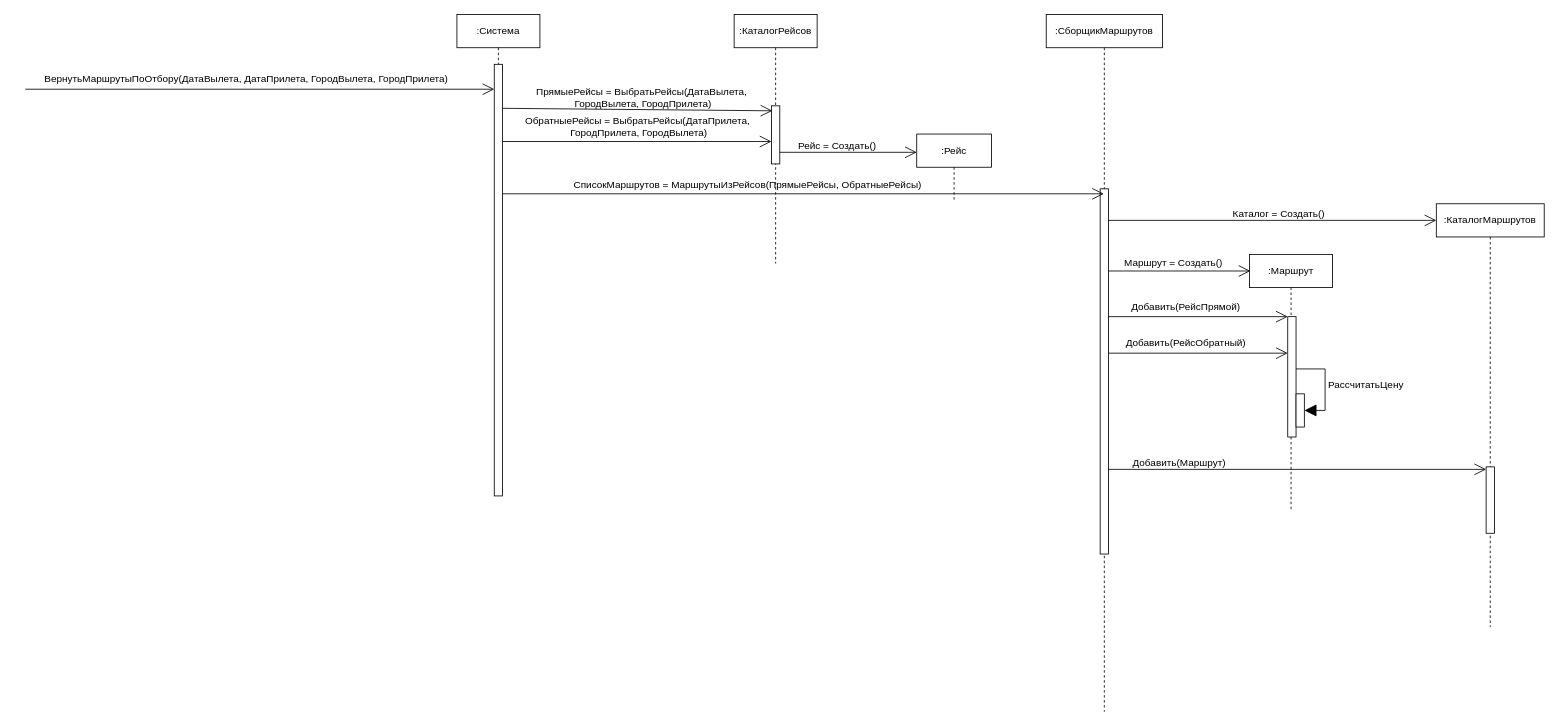
This is Диаграмма без названия.drawio from kapa16/ClearCode, a draw.io file, before an edit. Source tidied: cells renumbered, new cells numbered last; positions are measured from the earlier drawing's top-left corner, leaving out a move shared by most shapes. Both pictures are drawn from the tidied source at 83%, with x=0, y=0 at pixel (25, 14).
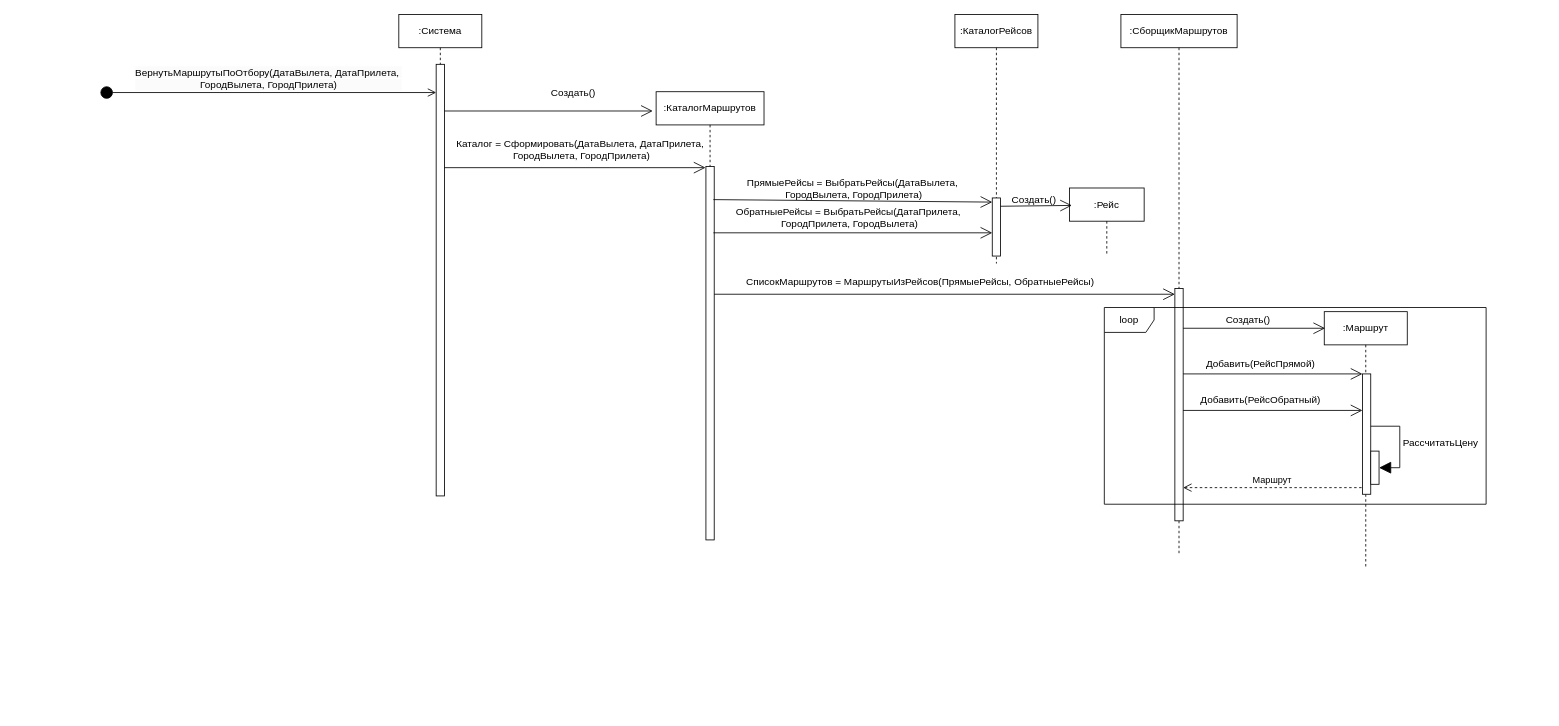
The same diagram, later.

Unchanged cells that the change refers to:
```xml
<mxCell id="3" style="html=1;points=[[0,0,0,0,5],[0,1,0,0,-5],[1,0,0,0,5],[1,1,0,0,-5]];perimeter=orthogonalPerimeter;outlineConnect=0;targetShapes=umlLifeline;portConstraint=eastwest;newEdgeStyle={&quot;curved&quot;:0,&quot;rounded&quot;:0};" parent="2" vertex="1">
  <mxGeometry x="45" y="60" width="10" height="520" as="geometry" />
</mxCell>
<mxCell id="10" style="html=1;points=[[0,0,0,0,5],[0,1,0,0,-5],[1,0,0,0,5],[1,1,0,0,-5]];perimeter=orthogonalPerimeter;outlineConnect=0;targetShapes=umlLifeline;portConstraint=eastwest;newEdgeStyle={&quot;curved&quot;:0,&quot;rounded&quot;:0};" parent="9" vertex="1">
  <mxGeometry x="46" y="75" width="10" height="145" as="geometry" />
</mxCell>
```

Diff of the diagram source:
```diff
@@
+    <mxCell id="35" value="Каталог = Сформировать(ДатаВылета, ДатаПрилета,&amp;nbsp;&lt;div&gt;&lt;span style=&quot;background-color: initial;&quot;&gt;ГородВылета, ГородПрилета&lt;/span&gt;)&lt;/div&gt;" style="text;html=1;align=center;verticalAlign=middle;strokeColor=none;fillColor=none;" parent="1" vertex="1">
+      <mxGeometry x="505" y="143" width="330" height="40" as="geometry" />
+    </mxCell>
     <mxCell id="2" value=":Система" style="shape=umlLifeline;perimeter=lifelinePerimeter;whiteSpace=wrap;html=1;newEdgeStyle={&quot;curved&quot;:0,&quot;rounded&quot;:0};" parent="1" vertex="1">
-      <mxGeometry x="520" width="100" height="580" as="geometry" />
+      <mxGeometry x="450" width="100" height="580" as="geometry" />
     </mxCell>
@@
     <mxCell id="4" value=":КаталогМаршрутов" style="shape=umlLifeline;perimeter=lifelinePerimeter;whiteSpace=wrap;html=1;outlineConnect=0;portConstraint=eastwest;newEdgeStyle={&quot;curved&quot;:0,&quot;rounded&quot;:0};" parent="1" vertex="1">
-      <mxGeometry x="1700" y="228" width="130" height="510" as="geometry" />
+      <mxGeometry x="760" y="93" width="130" height="540" as="geometry" />
     </mxCell>
     <mxCell id="5" style="html=1;points=[[0,0,0,0,5],[0,1,0,0,-5],[1,0,0,0,5],[1,1,0,0,-5]];perimeter=orthogonalPerimeter;outlineConnect=0;targetShapes=umlLifeline;portConstraint=eastwest;newEdgeStyle={&quot;curved&quot;:0,&quot;rounded&quot;:0};" parent="4" vertex="1">
-      <mxGeometry x="60" y="317" width="10" height="80" as="geometry" />
+      <mxGeometry x="60" y="90" width="10" height="450" as="geometry" />
     </mxCell>
     <mxCell id="6" value=":СборщикМаршрутов" style="shape=umlLifeline;perimeter=lifelinePerimeter;whiteSpace=wrap;html=1;newEdgeStyle={&quot;curved&quot;:0,&quot;rounded&quot;:0};" parent="1" vertex="1">
-      <mxGeometry x="1230" width="140" height="840" as="geometry" />
+      <mxGeometry x="1320" width="140" height="650" as="geometry" />
     </mxCell>
     <mxCell id="7" style="html=1;points=[[0,0,0,0,5],[0,1,0,0,-5],[1,0,0,0,5],[1,1,0,0,-5]];perimeter=orthogonalPerimeter;outlineConnect=0;targetShapes=umlLifeline;portConstraint=eastwest;newEdgeStyle={&quot;curved&quot;:0,&quot;rounded&quot;:0};" parent="6" vertex="1">
-      <mxGeometry x="65" y="210" width="10" height="440" as="geometry" />
+      <mxGeometry x="65" y="330" width="10" height="280" as="geometry" />
     </mxCell>
     <mxCell id="8" value=":КаталогРейсов" style="shape=umlLifeline;perimeter=lifelinePerimeter;whiteSpace=wrap;html=1;newEdgeStyle={&quot;curved&quot;:0,&quot;rounded&quot;:0};" parent="1" vertex="1">
-      <mxGeometry x="854" width="100" height="300" as="geometry" />
+      <mxGeometry x="1120" width="100" height="300" as="geometry" />
     </mxCell>
     <mxCell id="9" value=":Маршрут" style="shape=umlLifeline;perimeter=lifelinePerimeter;whiteSpace=wrap;html=1;newEdgeStyle={&quot;curved&quot;:0,&quot;rounded&quot;:0};" parent="1" vertex="1">
-      <mxGeometry x="1475" y="289" width="100" height="310" as="geometry" />
+      <mxGeometry x="1565" y="358" width="100" height="310" as="geometry" />
     </mxCell>
@@
     <mxCell id="13" style="endArrow=open;endFill=1;endSize=12;html=1;rounded=0;" parent="1" edge="1">
       <mxGeometry relative="1" as="geometry">
-        <mxPoint x="1305" y="309" as="sourcePoint" />
-        <mxPoint x="1476" y="309" as="targetPoint" />
+        <mxPoint x="1395" y="378" as="sourcePoint" />
+        <mxPoint x="1566" y="378" as="targetPoint" />
       </mxGeometry>
     </mxCell>
-    <mxCell id="14" value="Маршрут = Создать()" style="text;html=1;align=center;verticalAlign=middle;strokeColor=none;fillColor=none;" parent="1" vertex="1">
-      <mxGeometry x="1313" y="284" width="140" height="30" as="geometry" />
+    <mxCell id="14" value="Создать()" style="text;html=1;align=center;verticalAlign=middle;strokeColor=none;fillColor=none;" parent="1" vertex="1">
+      <mxGeometry x="1433" y="353" width="80" height="30" as="geometry" />
     </mxCell>
     <mxCell id="15" style="html=1;points=[[0,0,0,0,5],[0,1,0,0,-5],[1,0,0,0,5],[1,1,0,0,-5]];perimeter=orthogonalPerimeter;outlineConnect=0;targetShapes=umlLifeline;portConstraint=eastwest;newEdgeStyle={&quot;curved&quot;:0,&quot;rounded&quot;:0};" parent="1" vertex="1">
-      <mxGeometry x="899" y="110" width="10" height="70" as="geometry" />
+      <mxGeometry x="1165" y="221" width="10" height="70" as="geometry" />
     </mxCell>
-    <mxCell id="16" style="endArrow=open;endFill=1;endSize=12;html=1;rounded=0;entryX=0.46;entryY=0.9;entryDx=0;entryDy=0;entryPerimeter=0;" parent="1" edge="1">
+    <mxCell id="16" style="endArrow=open;endFill=1;endSize=12;html=1;rounded=0;entryX=0;entryY=0;entryDx=0;entryDy=5;entryPerimeter=0;" parent="1" edge="1" target="15">
       <mxGeometry relative="1" as="geometry">
-        <mxPoint x="575" y="113" as="sourcePoint" />
-        <mxPoint x="900" y="116" as="targetPoint" />
+        <mxPoint x="829" y="223" as="sourcePoint" />
       </mxGeometry>
     </mxCell>
     <mxCell id="17" value="ПрямыеРейсы = ВыбратьРейсы(ДатаВылета,&amp;nbsp;&lt;div&gt;ГородВылета, ГородПрилета)&lt;/div&gt;" style="text;html=1;align=center;verticalAlign=middle;strokeColor=none;fillColor=none;" parent="1" vertex="1">
-      <mxGeometry x="604" y="80" width="280" height="40" as="geometry" />
+      <mxGeometry x="858" y="190" width="280" height="40" as="geometry" />
     </mxCell>
-    <mxCell id="18" style="endArrow=open;endFill=1;endSize=12;html=1;rounded=0;" parent="1" edge="1" target="3">
-      <mxGeometry relative="1" as="geometry">
-        <mxPoint y="90" as="sourcePoint" />
-      </mxGeometry>
-    </mxCell>
-    <mxCell id="19" value="ВернутьМаршрутыПоОтбору(ДатаВылета, ДатаПрилета,&amp;nbsp;&lt;span style=&quot;background-color: initial;&quot;&gt;ГородВылета, ГородПрилета&lt;/span&gt;&lt;span style=&quot;background-color: initial;&quot;&gt;)&lt;/span&gt;" style="text;html=1;align=center;verticalAlign=middle;strokeColor=none;fillColor=none;fontFamily=Helvetica;fontSize=12;fontColor=default;" parent="1" vertex="1">
-      <mxGeometry x="11" y="63" width="510" height="30" as="geometry" />
-    </mxCell>
-    <mxCell id="20" style="endArrow=open;endFill=1;endSize=12;html=1;rounded=0;strokeColor=default;align=center;verticalAlign=middle;fontFamily=Helvetica;fontSize=12;fontColor=default;labelBackgroundColor=default;" parent="1" edge="1">
+    <mxCell id="20" style="endArrow=open;endFill=1;endSize=12;html=1;rounded=0;strokeColor=default;align=center;verticalAlign=middle;fontFamily=Helvetica;fontSize=12;fontColor=default;labelBackgroundColor=default;" parent="1" edge="1" target="7">
       <mxGeometry relative="1" as="geometry">
-        <mxPoint x="575" y="216" as="sourcePoint" />
-        <mxPoint x="1299.5" y="216" as="targetPoint" />
+        <mxPoint x="830" y="337" as="sourcePoint" />
       </mxGeometry>
     </mxCell>
     <mxCell id="21" value="СписокМаршрутов = МаршрутыИзРейсов(ПрямыеРейсы, ОбратныеРейсы)" style="text;html=1;align=center;verticalAlign=middle;strokeColor=none;fillColor=none;fontFamily=Helvetica;fontSize=12;fontColor=default;" parent="1" vertex="1">
-      <mxGeometry x="650" y="190" width="440" height="30" as="geometry" />
+      <mxGeometry x="858" y="307" width="440" height="30" as="geometry" />
     </mxCell>
     <mxCell id="22" value=":Рейс" style="shape=umlLifeline;perimeter=lifelinePerimeter;whiteSpace=wrap;html=1;outlineConnect=0;portConstraint=eastwest;newEdgeStyle={&quot;curved&quot;:0,&quot;rounded&quot;:0};" parent="1" vertex="1">
-      <mxGeometry x="1074" y="144" width="90" height="82" as="geometry" />
+      <mxGeometry x="1258" y="209" width="90" height="82" as="geometry" />
     </mxCell>
-    <mxCell id="23" style="endArrow=open;endFill=1;endSize=12;html=1;rounded=0;strokeColor=default;align=center;verticalAlign=middle;fontFamily=Helvetica;fontSize=12;fontColor=default;labelBackgroundColor=default;" parent="1" edge="1">
+    <mxCell id="23" style="endArrow=open;endFill=1;endSize=12;html=1;rounded=0;strokeColor=default;align=center;verticalAlign=middle;fontFamily=Helvetica;fontSize=12;fontColor=default;labelBackgroundColor=default;entryX=0.033;entryY=0.256;entryDx=0;entryDy=0;entryPerimeter=0;" parent="1" edge="1" target="22">
       <mxGeometry relative="1" as="geometry">
-        <mxPoint x="909" y="166" as="sourcePoint" />
-        <mxPoint x="1074" y="166" as="targetPoint" />
+        <mxPoint x="1175" y="231" as="sourcePoint" />
       </mxGeometry>
     </mxCell>
-    <mxCell id="24" value="Рейс = Создать()" style="text;html=1;align=center;verticalAlign=middle;strokeColor=none;fillColor=none;fontFamily=Helvetica;fontSize=12;fontColor=default;" parent="1" vertex="1">
-      <mxGeometry x="918" y="144" width="120" height="30" as="geometry" />
+    <mxCell id="24" value="Создать()" style="text;html=1;align=center;verticalAlign=middle;strokeColor=none;fillColor=none;fontFamily=Helvetica;fontSize=12;fontColor=default;" parent="1" vertex="1">
+      <mxGeometry x="1175" y="209" width="80" height="30" as="geometry" />
     </mxCell>
     <mxCell id="25" style="endArrow=open;endFill=1;endSize=12;html=1;rounded=0;strokeColor=default;align=center;verticalAlign=middle;fontFamily=Helvetica;fontSize=12;fontColor=default;labelBackgroundColor=default;" parent="1" edge="1" target="10">
       <mxGeometry relative="1" as="geometry">
-        <mxPoint x="1305" y="364" as="sourcePoint" />
+        <mxPoint x="1395" y="433" as="sourcePoint" />
       </mxGeometry>
     </mxCell>
     <mxCell id="26" value="Добавить(РейсПрямой)" style="text;html=1;align=center;verticalAlign=middle;strokeColor=none;fillColor=none;fontFamily=Helvetica;fontSize=12;fontColor=default;" parent="1" vertex="1">
-      <mxGeometry x="1323" y="337" width="150" height="30" as="geometry" />
+      <mxGeometry x="1413" y="406" width="150" height="30" as="geometry" />
     </mxCell>
     <mxCell id="27" value="Добавить(РейсОбратный)" style="text;html=1;align=center;verticalAlign=middle;strokeColor=none;fillColor=none;fontFamily=Helvetica;fontSize=12;fontColor=default;" parent="1" vertex="1">
-      <mxGeometry x="1313" y="381" width="170" height="30" as="geometry" />
+      <mxGeometry x="1403" y="450" width="170" height="30" as="geometry" />
     </mxCell>
     <mxCell id="28" style="endArrow=open;endFill=1;endSize=12;html=1;rounded=0;strokeColor=default;align=center;verticalAlign=middle;fontFamily=Helvetica;fontSize=12;fontColor=default;labelBackgroundColor=default;" parent="1" edge="1" target="10">
       <mxGeometry relative="1" as="geometry">
-        <mxPoint x="1305" y="408" as="sourcePoint" />
+        <mxPoint x="1395" y="477" as="sourcePoint" />
       </mxGeometry>
     </mxCell>
     <mxCell id="29" value="ОбратныеРейсы = ВыбратьРейсы(ДатаПрилета,&amp;nbsp;&lt;br&gt;&lt;div&gt;&lt;span style=&quot;background-color: initial;&quot;&gt;ГородПрилета,&amp;nbsp;&lt;/span&gt;ГородВылета)&lt;/div&gt;" style="text;html=1;align=center;verticalAlign=middle;strokeColor=none;fillColor=none;" parent="1" vertex="1">
-      <mxGeometry x="589" y="115" width="300" height="40" as="geometry" />
+      <mxGeometry x="843" y="225" width="300" height="40" as="geometry" />
     </mxCell>
-    <mxCell id="30" style="endArrow=open;endFill=1;endSize=12;html=1;rounded=0;" parent="1" edge="1">
+    <mxCell id="30" style="endArrow=open;endFill=1;endSize=12;html=1;rounded=0;" parent="1" edge="1" target="15">
       <mxGeometry relative="1" as="geometry">
-        <mxPoint x="575" y="153" as="sourcePoint" />
-        <mxPoint x="899" y="153" as="targetPoint" />
+        <mxPoint x="829" y="263" as="sourcePoint" />
       </mxGeometry>
     </mxCell>
-    <mxCell id="31" style="endArrow=open;endFill=1;endSize=12;html=1;rounded=0;strokeColor=default;align=center;verticalAlign=middle;fontFamily=Helvetica;fontSize=12;fontColor=default;labelBackgroundColor=default;" parent="1" edge="1">
-      <mxGeometry relative="1" as="geometry">
-        <mxPoint x="1305" y="248" as="sourcePoint" />
-        <mxPoint x="1700" y="248" as="targetPoint" />
-      </mxGeometry>
+    <mxCell id="31" style="endArrow=open;endFill=1;endSize=12;html=1;rounded=0;strokeColor=default;align=center;verticalAlign=middle;fontFamily=Helvetica;fontSize=12;fontColor=default;labelBackgroundColor=default;entryX=-0.031;entryY=0.043;entryDx=0;entryDy=0;entryPerimeter=0;" parent="1" edge="1" source="3" target="4">
+      <mxGeometry relative="1" as="geometry" />
     </mxCell>
-    <mxCell id="32" value="Каталог = Создать()" style="text;html=1;align=center;verticalAlign=middle;strokeColor=none;fillColor=none;fontFamily=Helvetica;fontSize=12;fontColor=default;" parent="1" vertex="1">
-      <mxGeometry x="1445" y="226" width="130" height="30" as="geometry" />
+    <mxCell id="32" value="Создать()" style="text;html=1;align=center;verticalAlign=middle;strokeColor=none;fillColor=none;fontFamily=Helvetica;fontSize=12;fontColor=default;" parent="1" vertex="1">
+      <mxGeometry x="620" y="80" width="80" height="30" as="geometry" />
     </mxCell>
-    <mxCell id="33" style="endArrow=open;endFill=1;endSize=12;html=1;rounded=0;strokeColor=default;align=center;verticalAlign=middle;fontFamily=Helvetica;fontSize=12;fontColor=default;labelBackgroundColor=default;" parent="1" edge="1" target="5">
+    <mxCell id="33" style="endArrow=open;endFill=1;endSize=12;html=1;rounded=0;strokeColor=default;align=center;verticalAlign=middle;fontFamily=Helvetica;fontSize=12;fontColor=default;labelBackgroundColor=default;" parent="1" edge="1" source="3">
       <mxGeometry relative="1" as="geometry">
-        <mxPoint x="1305" y="548" as="sourcePoint" />
+        <mxPoint x="819.5" y="184.5" as="targetPoint" />
       </mxGeometry>
     </mxCell>
-    <mxCell id="34" value="Добавить(Маршрут)" style="text;html=1;align=center;verticalAlign=middle;strokeColor=none;fillColor=none;fontFamily=Helvetica;fontSize=12;fontColor=default;" parent="1" vertex="1">
-      <mxGeometry x="1320" y="526" width="140" height="30" as="geometry" />
-    </mxCell>
+    <mxCell id="36" value="loop" style="shape=umlFrame;whiteSpace=wrap;html=1;" parent="1" vertex="1">
+      <mxGeometry x="1300" y="353" width="460" height="237" as="geometry" />
+    </mxCell>
+    <mxCell id="37" value="Маршрут" style="html=1;verticalAlign=bottom;endArrow=open;dashed=1;endSize=8;curved=0;rounded=0;" parent="1" edge="1" target="7">
+      <mxGeometry relative="1" as="geometry">
+        <mxPoint x="1610" y="570" as="sourcePoint" />
+      </mxGeometry>
+    </mxCell>
+    <mxCell id="19" value="&lt;span style=&quot;font-size: 12px; background-color: rgb(251, 251, 251);&quot;&gt;ВернутьМаршрутыПоОтбору(ДатаВылета, ДатаПрилета,&amp;nbsp;&lt;/span&gt;&lt;div style=&quot;font-size: 12px; background-color: rgb(251, 251, 251);&quot;&gt;&lt;span style=&quot;background-color: initial;&quot;&gt;ГородВылета, ГородПрилета&lt;/span&gt;&lt;span style=&quot;background-color: initial;&quot;&gt;)&lt;/span&gt;&lt;/div&gt;" style="html=1;verticalAlign=bottom;startArrow=circle;startFill=1;endArrow=open;startSize=6;endSize=8;curved=0;rounded=0;" parent="1" edge="1" target="3">
+      <mxGeometry relative="1" as="geometry">
+        <mxPoint x="90" y="94" as="sourcePoint" />
+      </mxGeometry>
+    </mxCell>
```
